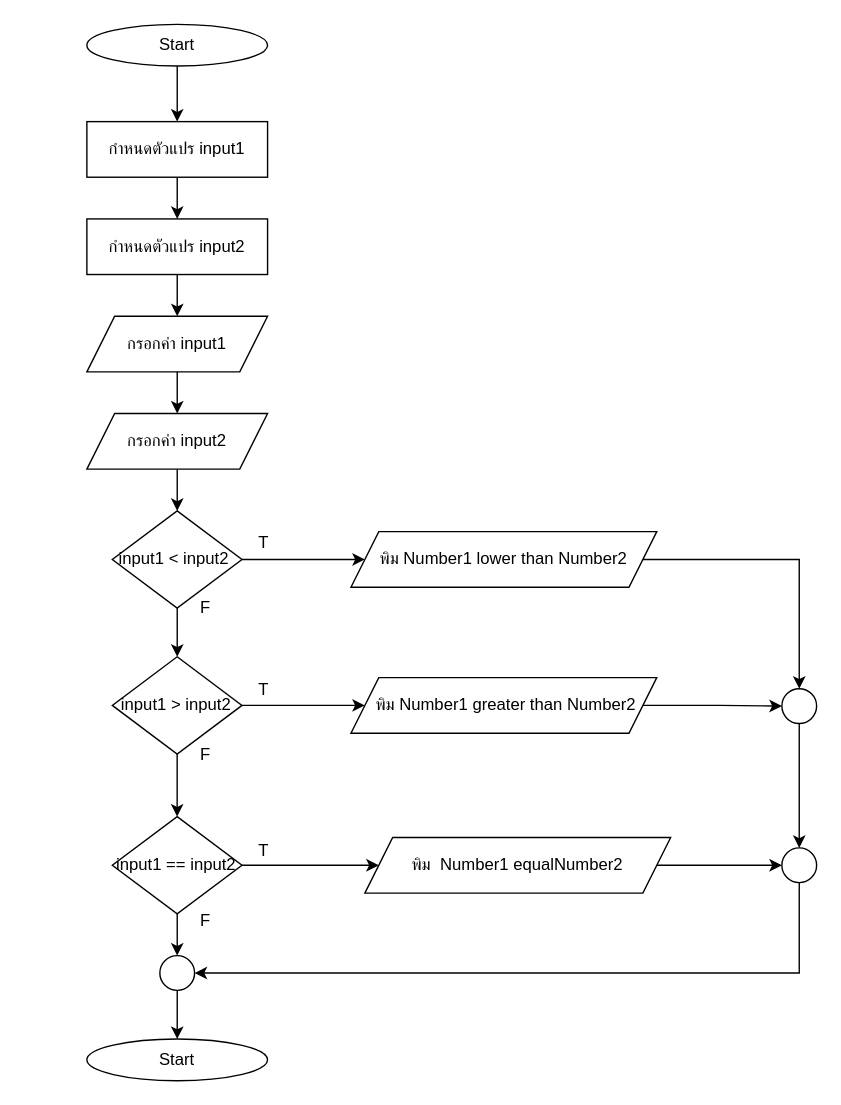
Earlier version of the draw.io diagram HW/HW05/hw05-4/hw05-4.drawio (aphiwat-window/ENGCE117). Source tidied: cells renumbered, new cells numbered last; positions are measured from the earlier drawing's top-left corner, leaving out a move shared by most shapes. Both pictures are drawn from the tidied source at 139%, with x=0, y=0 at pixel (86, 24).
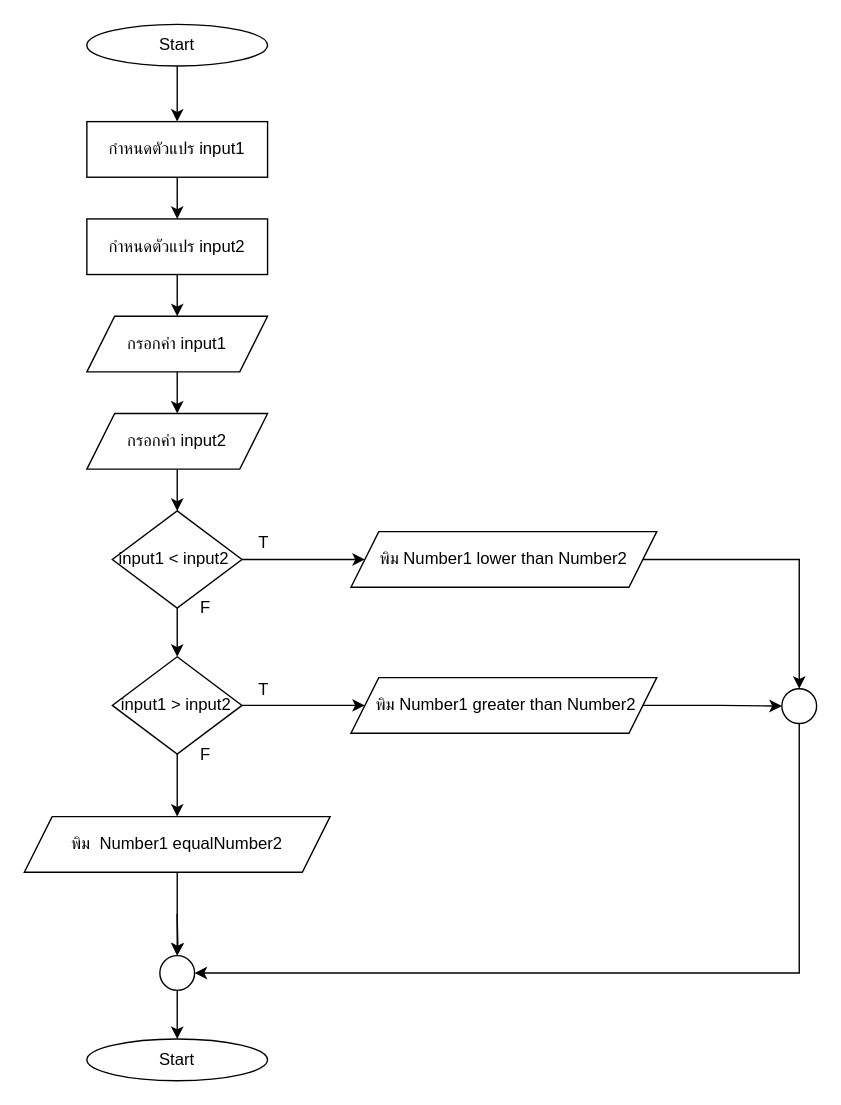
The same page after the edit.

Unchanged cells that the change refers to:
```xml
<mxCell id="19" value="input1 &amp;gt; input2" style="rhombus;whiteSpace=wrap;html=1;" parent="1" vertex="1">
  <mxGeometry x="18.3" y="455" width="93.3" height="70" as="geometry" />
</mxCell>
<mxCell id="29" style="ellipse;whiteSpace=wrap;html=1;" parent="1" vertex="1">
  <mxGeometry x="500" y="478" width="25" height="25" as="geometry" />
</mxCell>
<mxCell id="38" style="ellipse;whiteSpace=wrap;html=1;" parent="1" vertex="1">
  <mxGeometry x="52.5" y="670" width="25" height="25" as="geometry" />
</mxCell>
```

Diff of the diagram source:
```diff
@@
-    <mxCell id="18" style="edgeStyle=orthogonalEdgeStyle;rounded=0;jettySize=auto;html=1;" parent="1" edge="1" source="19" target="24">
-      <mxGeometry relative="1" as="geometry" />
-    </mxCell>
+    <mxCell id="40" style="edgeStyle=orthogonalEdgeStyle;rounded=0;jettySize=auto;html=1;" parent="1" edge="1" source="19" target="26">
+      <mxGeometry relative="1" as="geometry" />
+    </mxCell>
@@
-    <mxCell id="22" style="edgeStyle=orthogonalEdgeStyle;rounded=0;jettySize=auto;html=1;" parent="1" edge="1" source="24" target="26">
-      <mxGeometry relative="1" as="geometry" />
-    </mxCell>
-    <mxCell id="23" style="edgeStyle=orthogonalEdgeStyle;rounded=0;jettySize=auto;html=1;" parent="1" edge="1" source="24" target="38">
-      <mxGeometry relative="1" as="geometry" />
+    <mxCell id="23" style="edgeStyle=orthogonalEdgeStyle;rounded=0;jettySize=auto;html=1;" parent="1" edge="1" target="38">
+      <mxGeometry relative="1" as="geometry">
+        <mxPoint x="64.9" y="640" as="sourcePoint" />
+      </mxGeometry>
     </mxCell>
-    <mxCell id="24" value="input1 == input2" style="rhombus;whiteSpace=wrap;html=1;" parent="1" vertex="1">
-      <mxGeometry x="18.3" y="570" width="93.3" height="70" as="geometry" />
-    </mxCell>
-    <mxCell id="25" style="edgeStyle=orthogonalEdgeStyle;rounded=0;jettySize=auto;html=1;" parent="1" edge="1" source="26" target="31">
-      <mxGeometry relative="1" as="geometry" />
-    </mxCell>
+    <mxCell id="41" style="edgeStyle=orthogonalEdgeStyle;rounded=0;jettySize=auto;html=1;" parent="1" edge="1" source="26" target="38">
+      <mxGeometry relative="1" as="geometry" />
+    </mxCell>
     <mxCell id="26" value="พิม&amp;nbsp; Number1 equalNumber2" style="shape=parallelogram;perimeter=parallelogramPerimeter;whiteSpace=wrap;html=1;fixedSize=1;" parent="1" vertex="1">
-      <mxGeometry x="200" y="585" width="220" height="40" as="geometry" />
+      <mxGeometry x="-45" y="570" width="220" height="40" as="geometry" />
     </mxCell>
@@
-    <mxCell id="28" style="edgeStyle=orthogonalEdgeStyle;rounded=0;jettySize=auto;html=1;" parent="1" edge="1" source="29" target="31">
-      <mxGeometry relative="1" as="geometry" />
-    </mxCell>
+    <mxCell id="42" style="edgeStyle=orthogonalEdgeStyle;rounded=0;jettySize=auto;html=1;entryX=1;entryY=0.5;entryDx=0;entryDy=0;exitX=0.5;exitY=1;exitDx=0;exitDy=0;" parent="1" edge="1" source="29" target="38">
+      <mxGeometry relative="1" as="geometry">
+        <Array as="points">
+          <mxPoint x="512" y="682" />
+        </Array>
+      </mxGeometry>
+    </mxCell>
@@
-    <mxCell id="30" style="edgeStyle=orthogonalEdgeStyle;rounded=0;jettySize=auto;html=1;entryX=1;entryY=0.5;entryDx=0;entryDy=0;" parent="1" edge="1" source="31" target="38">
-      <mxGeometry relative="1" as="geometry">
-        <Array as="points">
-          <mxPoint x="513" y="683" />
-        </Array>
-      </mxGeometry>
-    </mxCell>
-    <mxCell id="31" style="ellipse;whiteSpace=wrap;html=1;" parent="1" vertex="1">
-      <mxGeometry x="500" y="592.5" width="25" height="25" as="geometry" />
-    </mxCell>
@@
-    <mxCell id="36" value="T" style="text;html=1;align=center;verticalAlign=middle;strokeColor=none;fillColor=none;" parent="1" vertex="1">
-      <mxGeometry x="111.7" y="580" width="30" height="30" as="geometry" />
-    </mxCell>
@@
-    <mxCell id="39" value="F" style="text;html=1;align=center;verticalAlign=middle;strokeColor=none;fillColor=none;" parent="1" vertex="1">
-      <mxGeometry x="70" y="630" width="30" height="30" as="geometry" />
-    </mxCell>
```
